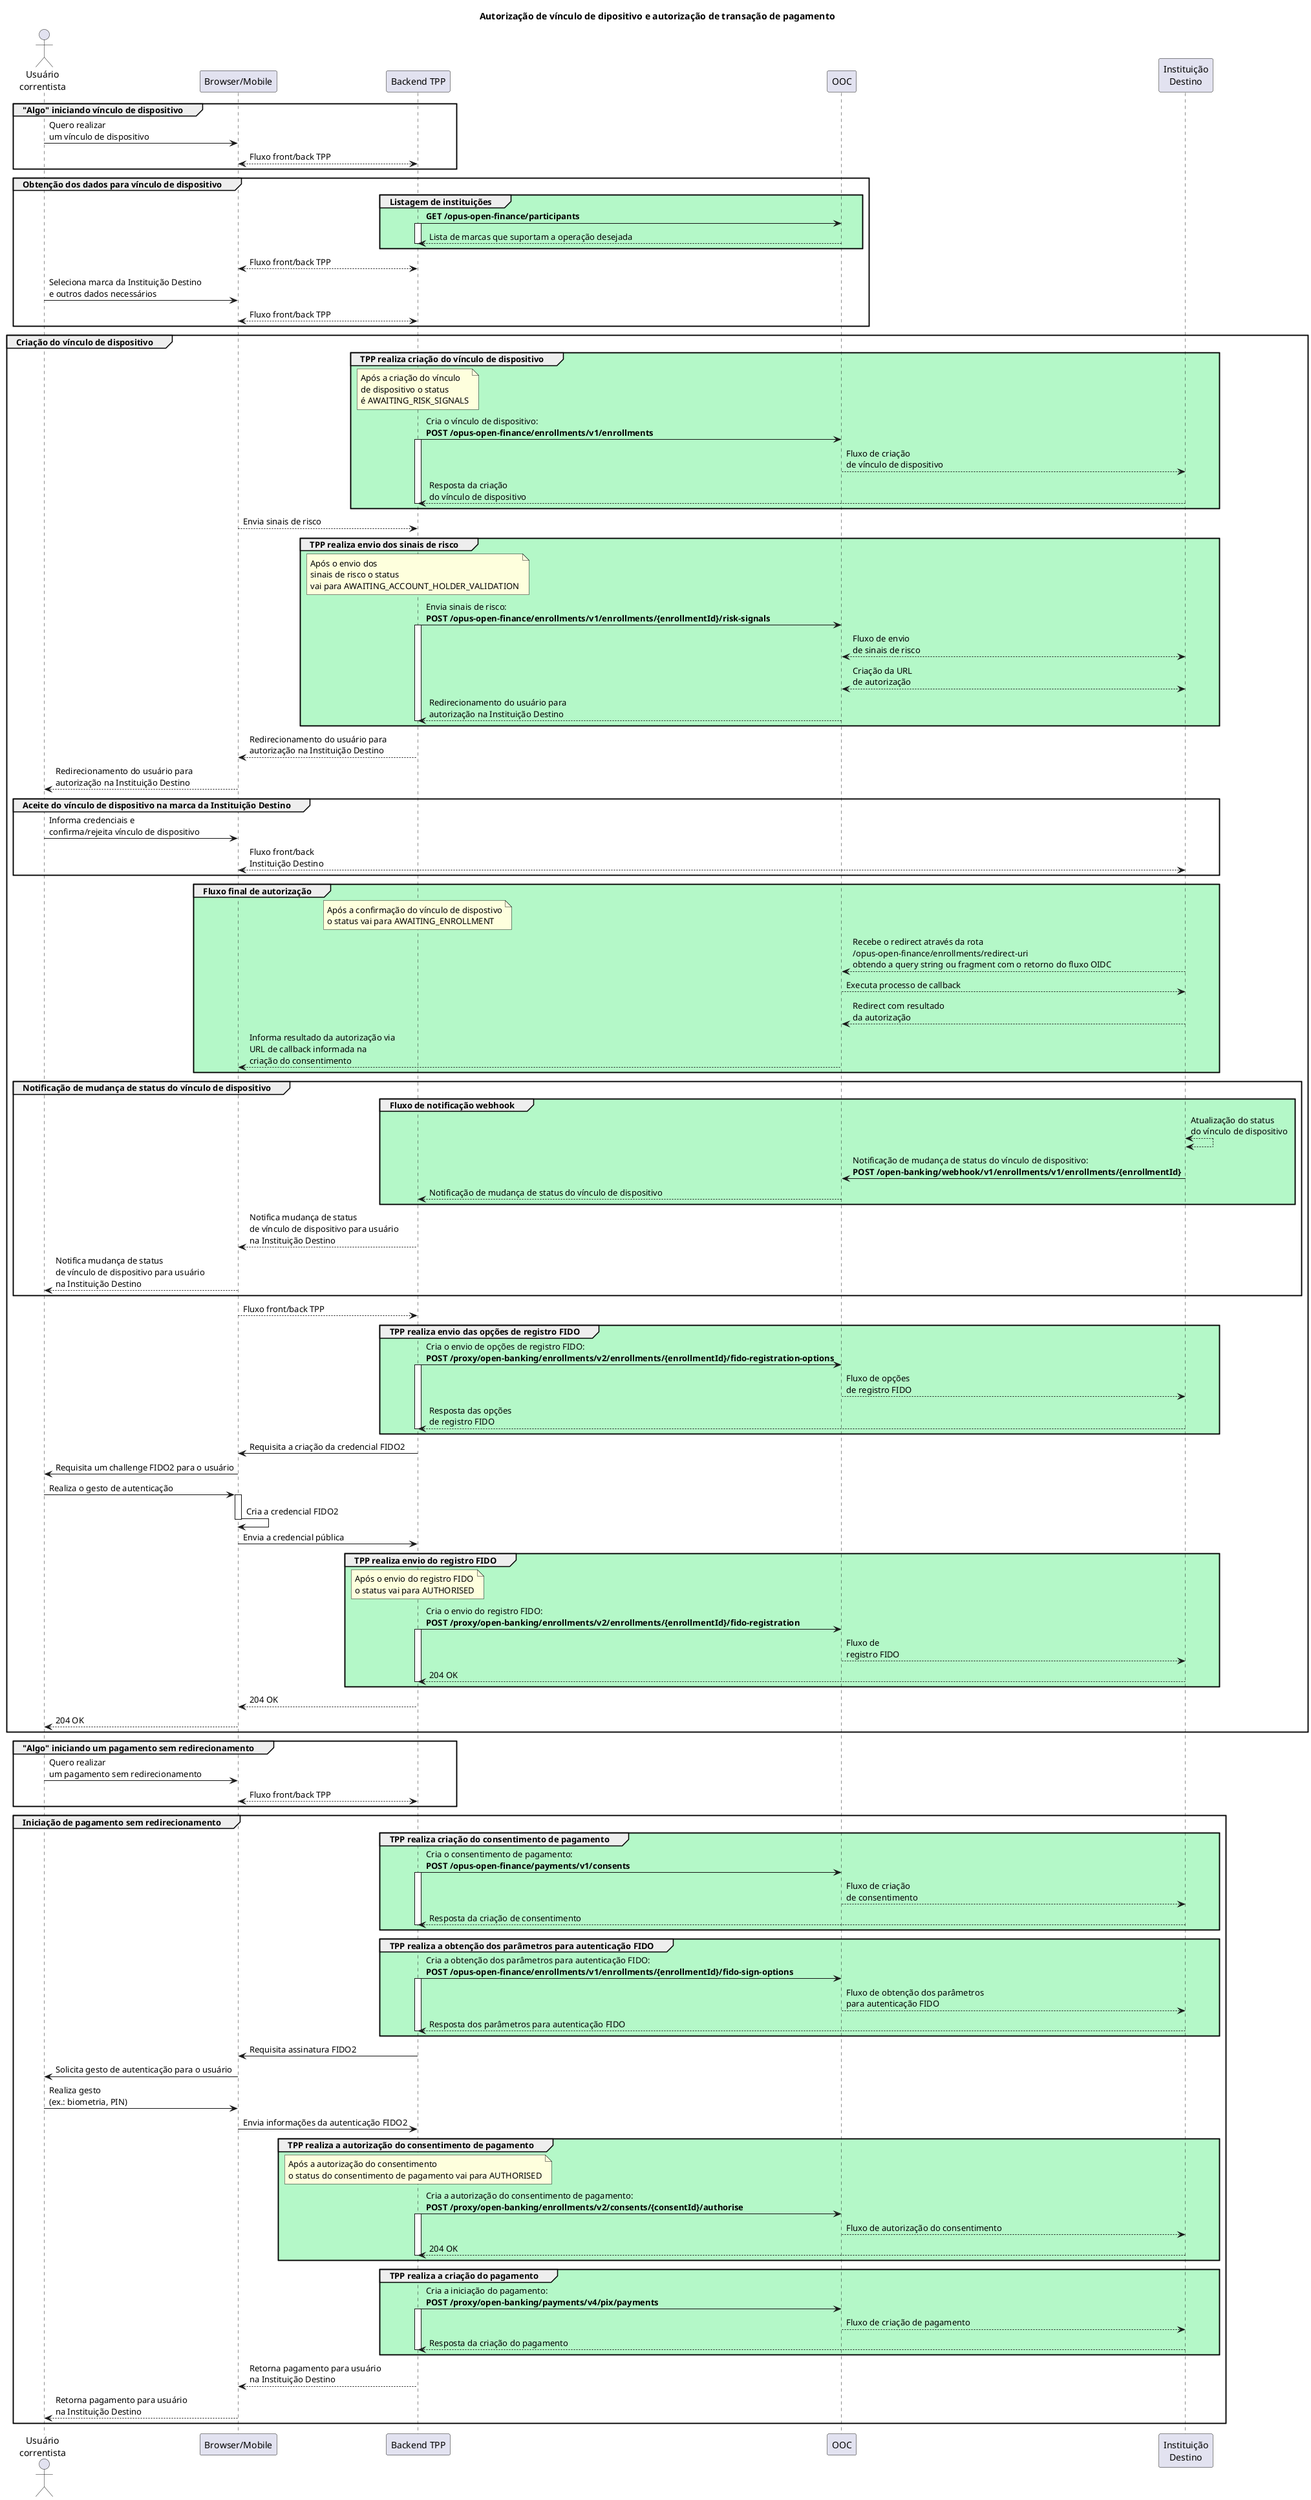
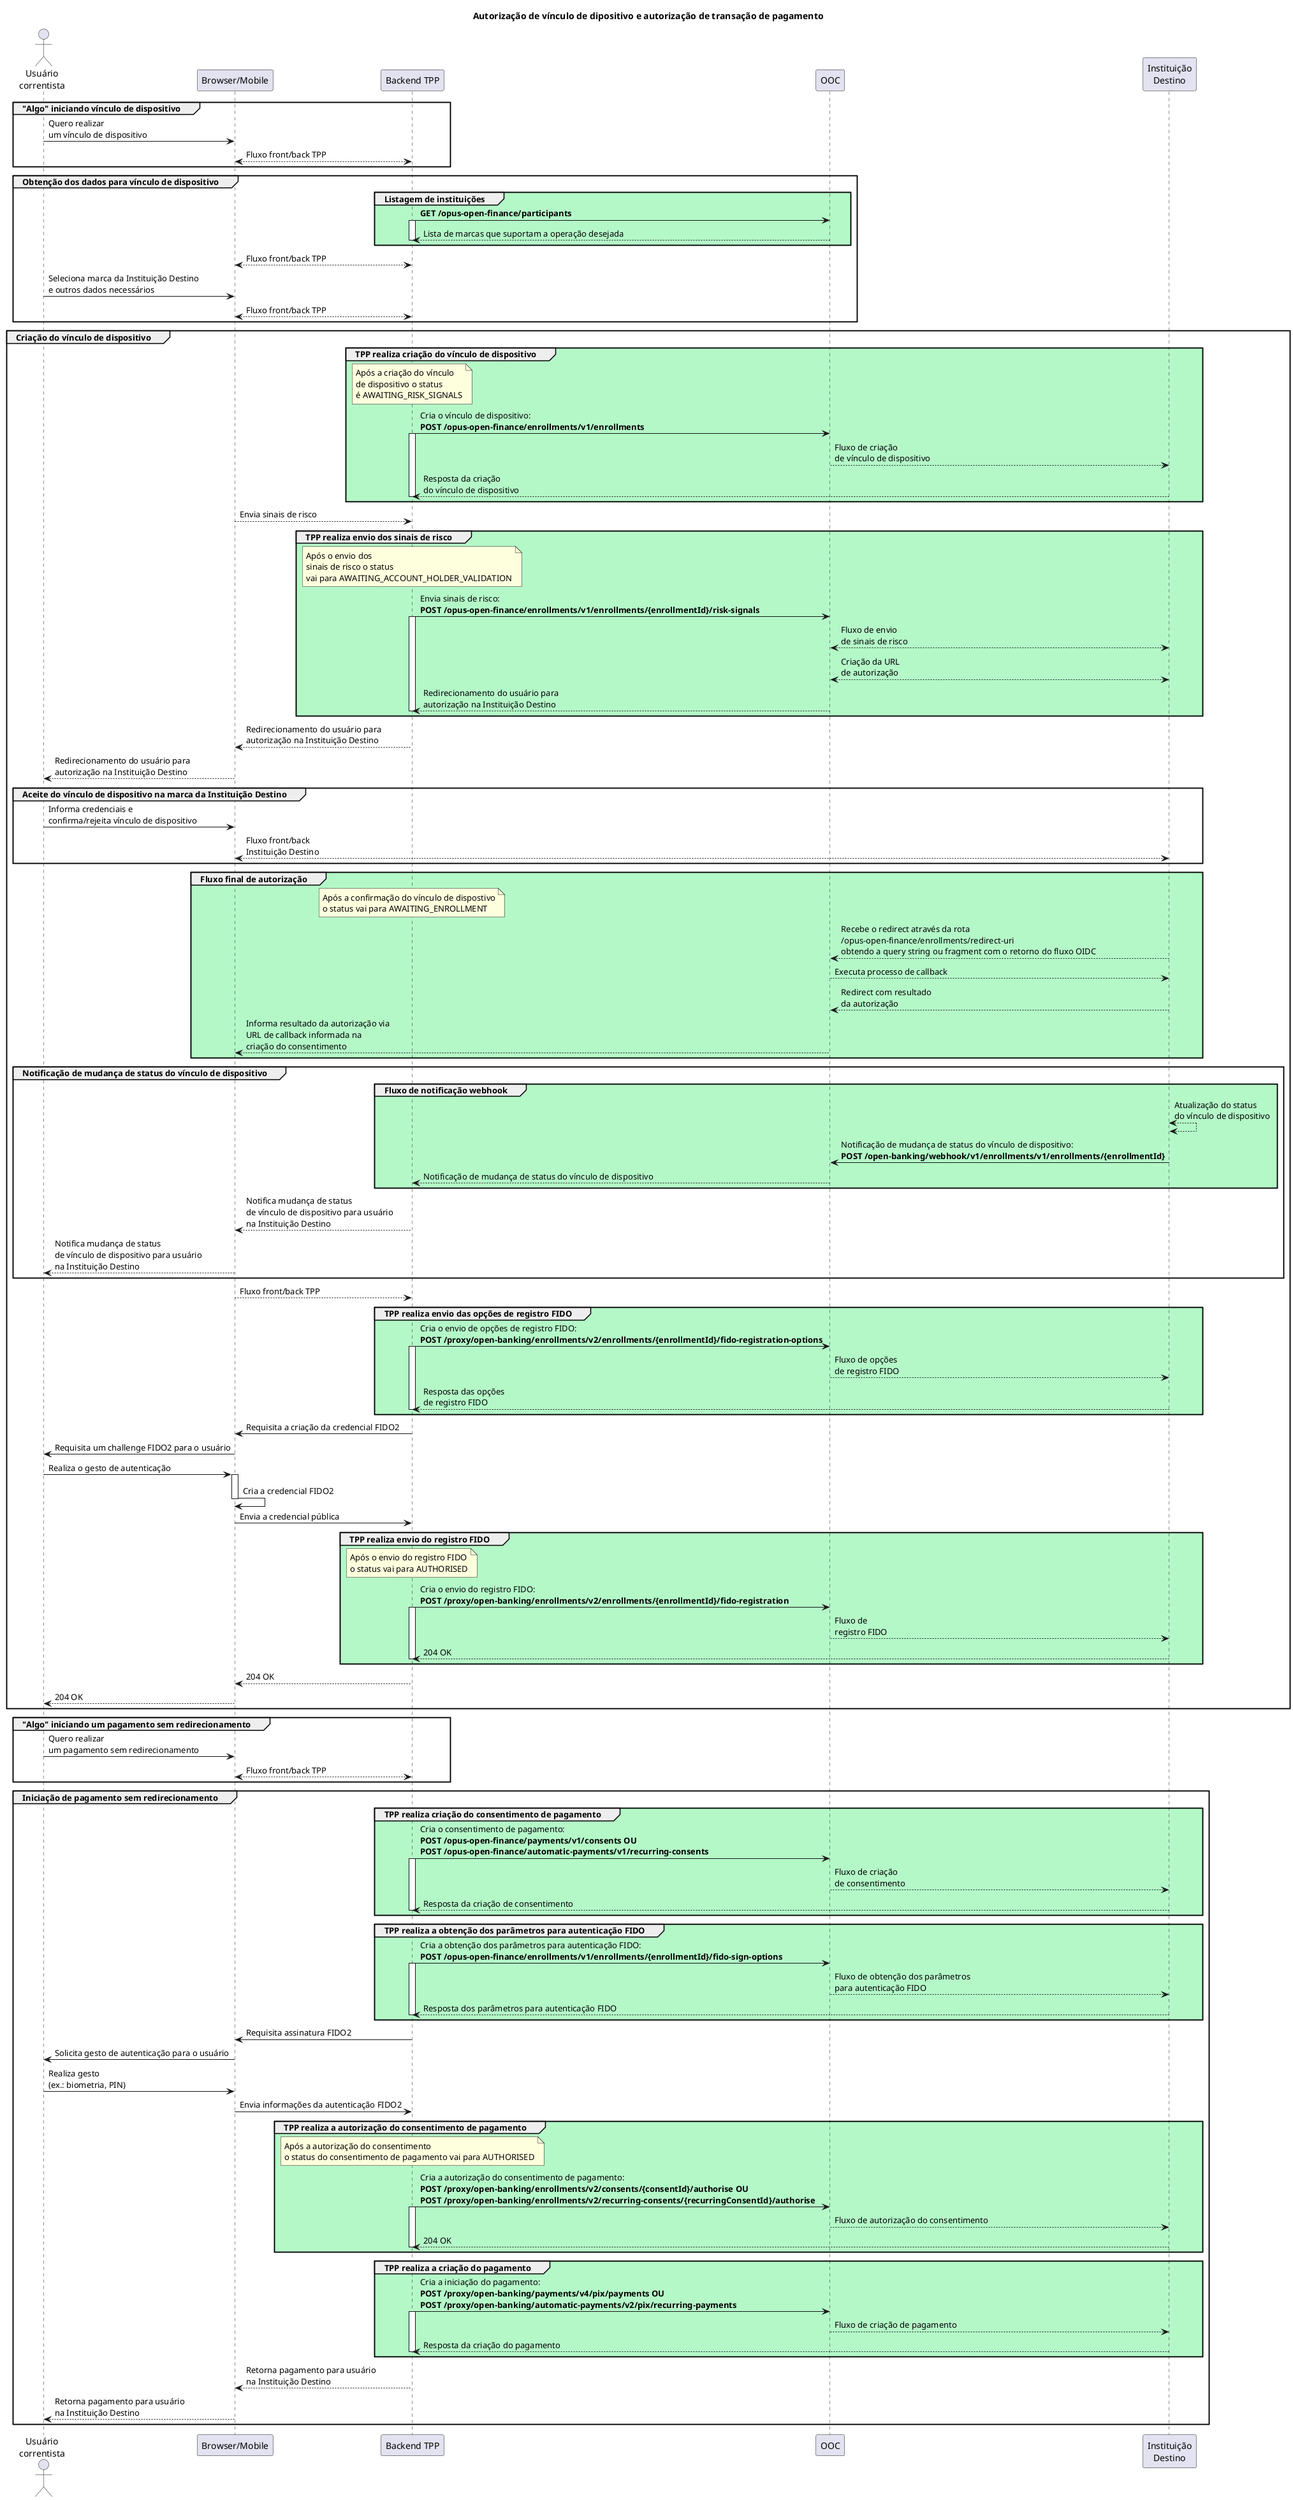
@startuml consent-sequence

title Autorização de vínculo de dipositivo e autorização de transação de pagamento

actor "Usuário\ncorrentista" as cliente
participant "Browser/Mobile" as app
participant "Backend TPP" as tpp
participant "OOC" as ooc
participant "Instituição\nDestino" as inst

group "Algo" iniciando vínculo de dispositivo

cliente->app:Quero realizar\num vínculo de dispositivo
app<-->tpp:Fluxo front/back TPP

end

group Obtenção dos dados para vínculo de dispositivo

group #B4F8C8 Listagem de instituições

tpp->ooc:**GET /opus-open-finance/participants**
activate tpp
tpp<--ooc:Lista de marcas que suportam a operação desejada
deactivate tpp

end

app<-->tpp:Fluxo front/back TPP
cliente->app:Seleciona marca da Instituição Destino\ne outros dados necessários
app<-->tpp:Fluxo front/back TPP

end

group Criação do vínculo de dispositivo

group #B4F8C8 TPP realiza criação do vínculo de dispositivo

note over tpp: Após a criação do vínculo \nde dispositivo o status \né AWAITING_RISK_SIGNALS

tpp->ooc:Cria o vínculo de dispositivo:\n**POST /opus-open-finance/enrollments/v1/enrollments**

activate tpp

ooc-->inst:Fluxo de criação\nde vínculo de dispositivo
tpp<--inst:Resposta da criação\ndo vínculo de dispositivo


deactivate tpp

end

app-->tpp: Envia sinais de risco

group #B4F8C8 TPP realiza envio dos sinais de risco

note over tpp: Após o envio dos\nsinais de risco o status \nvai para AWAITING_ACCOUNT_HOLDER_VALIDATION

tpp->ooc: Envia sinais de risco:\n**POST /opus-open-finance/enrollments/v1/enrollments/{enrollmentId}/risk-signals**

activate tpp

ooc<-->inst: Fluxo de envio \nde sinais de risco
ooc<-->inst: Criação da URL \nde autorização
tpp<--ooc: Redirecionamento do usuário para \nautorização na Instituição Destino

deactivate tpp

end

app<--tpp: Redirecionamento do usuário para \nautorização na Instituição Destino
cliente<--app: Redirecionamento do usuário para \nautorização na Instituição Destino

group Aceite do vínculo de dispositivo na marca da Instituição Destino

cliente->app:Informa credenciais e\nconfirma/rejeita vínculo de dispositivo
app<-->inst:Fluxo front/back\nInstituição Destino

end

group #B4F8C8 Fluxo final de autorização

note over tpp: Após a confirmação do vínculo de dispostivo\no status vai para AWAITING_ENROLLMENT

inst-->ooc: Recebe o redirect através da rota \n/opus-open-finance/enrollments/redirect-uri\nobtendo a query string ou fragment com o retorno do fluxo OIDC
ooc-->inst: Executa processo de callback
ooc<--inst:Redirect com resultado\nda autorização
ooc-->app: Informa resultado da autorização via\nURL de callback informada na\ncriação do consentimento

end

group Notificação de mudança de status do vínculo de dispositivo

group #B4F8C8 Fluxo de notificação webhook

inst<-->inst: Atualização do status \ndo vínculo de dispositivo
inst->ooc: Notificação de mudança de status do vínculo de dispositivo:\n**POST /open-banking/webhook/v1/enrollments/v1/enrollments/{enrollmentId}**
ooc-->tpp:Notificação de mudança de status do vínculo de dispositivo

end

tpp-->app: Notifica mudança de status\nde vínculo de dispositivo para usuário\nna Instituição Destino

app-->cliente: Notifica mudança de status\nde vínculo de dispositivo para usuário\nna Instituição Destino

end

app-->tpp:Fluxo front/back TPP

group #B4F8C8 TPP realiza envio das opções de registro FIDO

tpp->ooc:Cria o envio de opções de registro FIDO:\n**POST /proxy/open-banking/enrollments/v2/enrollments/{enrollmentId}/fido-registration-options**

activate tpp

ooc-->inst:Fluxo de opções\nde registro FIDO
tpp<--inst:Resposta das opções\nde registro FIDO

deactivate tpp

end

app<-tpp: Requisita a criação da credencial FIDO2
cliente<-app: Requisita um challenge FIDO2 para o usuário
cliente->app: Realiza o gesto de autenticação

activate app
app->app: Cria a credencial FIDO2

deactivate app

app->tpp: Envia a credencial pública

group #B4F8C8 TPP realiza envio do registro FIDO

note over tpp: Após o envio do registro FIDO\no status vai para AUTHORISED

tpp->ooc:Cria o envio do registro FIDO:\n**POST /proxy/open-banking/enrollments/v2/enrollments/{enrollmentId}/fido-registration**

activate tpp

ooc-->inst:Fluxo de\nregistro FIDO
tpp<--inst:204 OK

deactivate tpp

end

app<--tpp: 204 OK
cliente<--app: 204 OK
end

group "Algo" iniciando um pagamento sem redirecionamento

cliente->app:Quero realizar\num pagamento sem redirecionamento
app<-->tpp:Fluxo front/back TPP

end

group Iniciação de pagamento sem redirecionamento

group #B4F8C8 TPP realiza criação do consentimento de pagamento

- tpp->ooc:Cria o consentimento de pagamento:\n**POST /opus-open-finance/payments/v1/consents**
+ tpp->ooc:Cria o consentimento de pagamento:\n**POST /opus-open-finance/payments/v1/consents** **OU**\n**POST /opus-open-finance/automatic-payments/v1/recurring-consents**

activate tpp

ooc-->inst: Fluxo de criação \nde consentimento
tpp<--inst: Resposta da criação de consentimento

deactivate tpp

end

group #B4F8C8 TPP realiza a obtenção dos parâmetros para autenticação FIDO

tpp->ooc: Cria a obtenção dos parâmetros para autenticação FIDO:\n**POST /opus-open-finance/enrollments/v1/enrollments/{enrollmentId}/fido-sign-options**

activate tpp

ooc-->inst: Fluxo de obtenção dos parâmetros \npara autenticação FIDO
tpp<--inst: Resposta dos parâmetros para autenticação FIDO

deactivate tpp

end

app<-tpp: Requisita assinatura FIDO2
cliente<-app: Solicita gesto de autenticação para o usuário
cliente->app: Realiza gesto \n(ex.: biometria, PIN)
app->tpp: Envia informações da autenticação FIDO2

group #B4F8C8 TPP realiza a autorização do consentimento de pagamento

note over tpp: Após a autorização do consentimento\no status do consentimento de pagamento vai para AUTHORISED

- tpp->ooc: Cria a autorização do consentimento de pagamento:\n**POST /proxy/open-banking/enrollments/v2/consents/{consentId}/authorise**
+ tpp->ooc: Cria a autorização do consentimento de pagamento:\n**POST /proxy/open-banking/enrollments/v2/consents/{consentId}/authorise** **OU**\n**POST /proxy/open-banking/enrollments/v2/recurring-consents/{recurringConsentId}/authorise**

activate tpp

ooc-->inst: Fluxo de autorização do consentimento
tpp<--inst: 204 OK

deactivate tpp

end

group #B4F8C8 TPP realiza a criação do pagamento

- tpp->ooc: Cria a iniciação do pagamento:\n**POST /proxy/open-banking/payments/v4/pix/payments**
+ tpp->ooc: Cria a iniciação do pagamento:\n**POST /proxy/open-banking/payments/v4/pix/payments** **OU**\n**POST /proxy/open-banking/automatic-payments/v2/pix/recurring-payments**

activate tpp

ooc-->inst: Fluxo de criação de pagamento
tpp<--inst: Resposta da criação do pagamento

deactivate tpp

end

app<--tpp: Retorna pagamento para usuário \nna Instituição Destino
cliente<--app: Retorna pagamento para usuário \nna Instituição Destino

end

@enduml